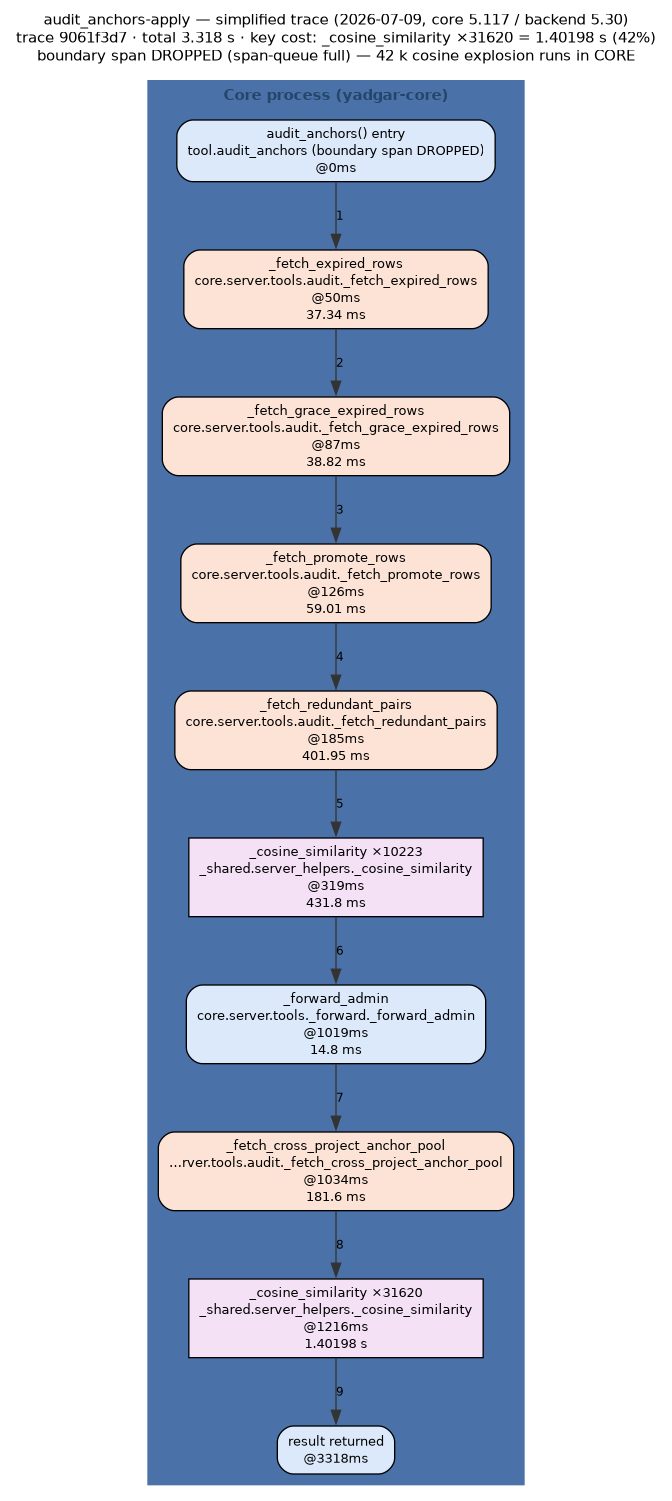
Before: docs/diagrams/out/audit_anchors-apply-trace-2026-07-09.png, a diagram exported from Graphviz (m-agahi/yadgar). Its source is kept beside it as docs/diagrams/out/audit_anchors-apply-trace-2026-07-09.dot.
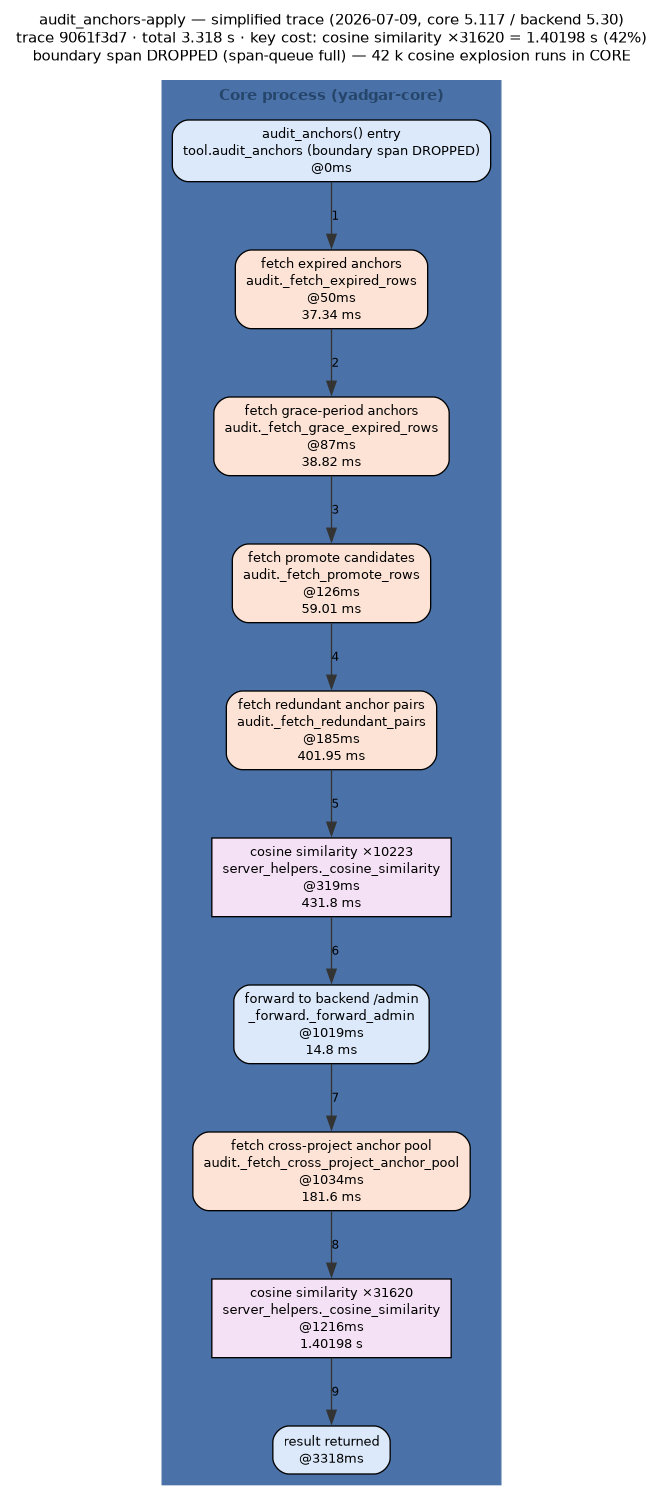
The same file after the commit.

Change to the diagram source:
```diff
@@ -8,7 +8,7 @@
   node  [fontname="Helvetica", fontsize=10];
   edge  [fontname="Helvetica", fontsize=9];
   label="audit_anchors-apply — simplified trace (2026-07-09, core 5.117 / backend 5.30)
-trace 9061f3d7 · total 3.318 s · key cost: _cosine_similarity ×31620 = 1.40198 s (42%)\nboundary span DROPPED (span-queue full) — 42 k cosine explosion runs in CORE";
+trace 9061f3d7 · total 3.318 s · key cost: cosine similarity ×31620 = 1.40198 s (42%)\nboundary span DROPPED (span-queue full) — 42 k cosine explosion runs in CORE";
   subgraph "cluster_core" {
     label="Core process (yadgar-core)";
     style=filled;
@@ -17,14 +17,14 @@
     fontcolor="#26456b";
     fontname="Helvetica-Bold";
     "entry" [shape="box", style="rounded,filled", fillcolor="#dbe9fb", label="audit_anchors() entry\ntool.audit_anchors (boundary span DROPPED)\n@0ms"];
-    "s0" [shape="box", style="rounded,filled", fillcolor="#fce3d6", label="_fetch_expired_rows\ncore.server.tools.audit._fetch_expired_rows\n@50ms\n37.34 ms"];
-    "s1" [shape="box", style="rounded,filled", fillcolor="#fce3d6", label="_fetch_grace_expired_rows\ncore.server.tools.audit._fetch_grace_expired_rows\n@87ms\n38.82 ms"];
-    "s2" [shape="box", style="rounded,filled", fillcolor="#fce3d6", label="_fetch_promote_rows\ncore.server.tools.audit._fetch_promote_rows\n@126ms\n59.01 ms"];
-    "s3" [shape="box", style="rounded,filled", fillcolor="#fce3d6", label="_fetch_redundant_pairs\ncore.server.tools.audit._fetch_redundant_pairs\n@185ms\n401.95 ms"];
-    "s4" [shape="box", style="filled", fillcolor="#f5e1f5", label="_cosine_similarity ×10223\n_shared.server_helpers._cosine_similarity\n@319ms\n431.8 ms"];
-    "s5" [shape="box", style="rounded,filled", fillcolor="#dbe9fb", label="_forward_admin\ncore.server.tools._forward._forward_admin\n@1019ms\n14.8 ms"];
-    "s6" [shape="box", style="rounded,filled", fillcolor="#fce3d6", label="_fetch_cross_project_anchor_pool\n…rver.tools.audit._fetch_cross_project_anchor_pool\n@1034ms\n181.6 ms"];
-    "s7" [shape="box", style="filled", fillcolor="#f5e1f5", label="_cosine_similarity ×31620\n_shared.server_helpers._cosine_similarity\n@1216ms\n1.40198 s"];
+    "s0" [shape="box", style="rounded,filled", fillcolor="#fce3d6", label="fetch expired anchors\naudit._fetch_expired_rows\n@50ms\n37.34 ms"];
+    "s1" [shape="box", style="rounded,filled", fillcolor="#fce3d6", label="fetch grace-period anchors\naudit._fetch_grace_expired_rows\n@87ms\n38.82 ms"];
+    "s2" [shape="box", style="rounded,filled", fillcolor="#fce3d6", label="fetch promote candidates\naudit._fetch_promote_rows\n@126ms\n59.01 ms"];
+    "s3" [shape="box", style="rounded,filled", fillcolor="#fce3d6", label="fetch redundant anchor pairs\naudit._fetch_redundant_pairs\n@185ms\n401.95 ms"];
+    "s4" [shape="box", style="filled", fillcolor="#f5e1f5", label="cosine similarity ×10223\nserver_helpers._cosine_similarity\n@319ms\n431.8 ms"];
+    "s5" [shape="box", style="rounded,filled", fillcolor="#dbe9fb", label="forward to backend /admin\n_forward._forward_admin\n@1019ms\n14.8 ms"];
+    "s6" [shape="box", style="rounded,filled", fillcolor="#fce3d6", label="fetch cross-project anchor pool\naudit._fetch_cross_project_anchor_pool\n@1034ms\n181.6 ms"];
+    "s7" [shape="box", style="filled", fillcolor="#f5e1f5", label="cosine similarity ×31620\nserver_helpers._cosine_similarity\n@1216ms\n1.40198 s"];
     "done" [shape="box", style="rounded,filled", fillcolor="#dbe9fb", label="result returned\n@3318ms"];
   }
   "entry" -> "s0" [color="#333333", style="solid", label="1"];
```
